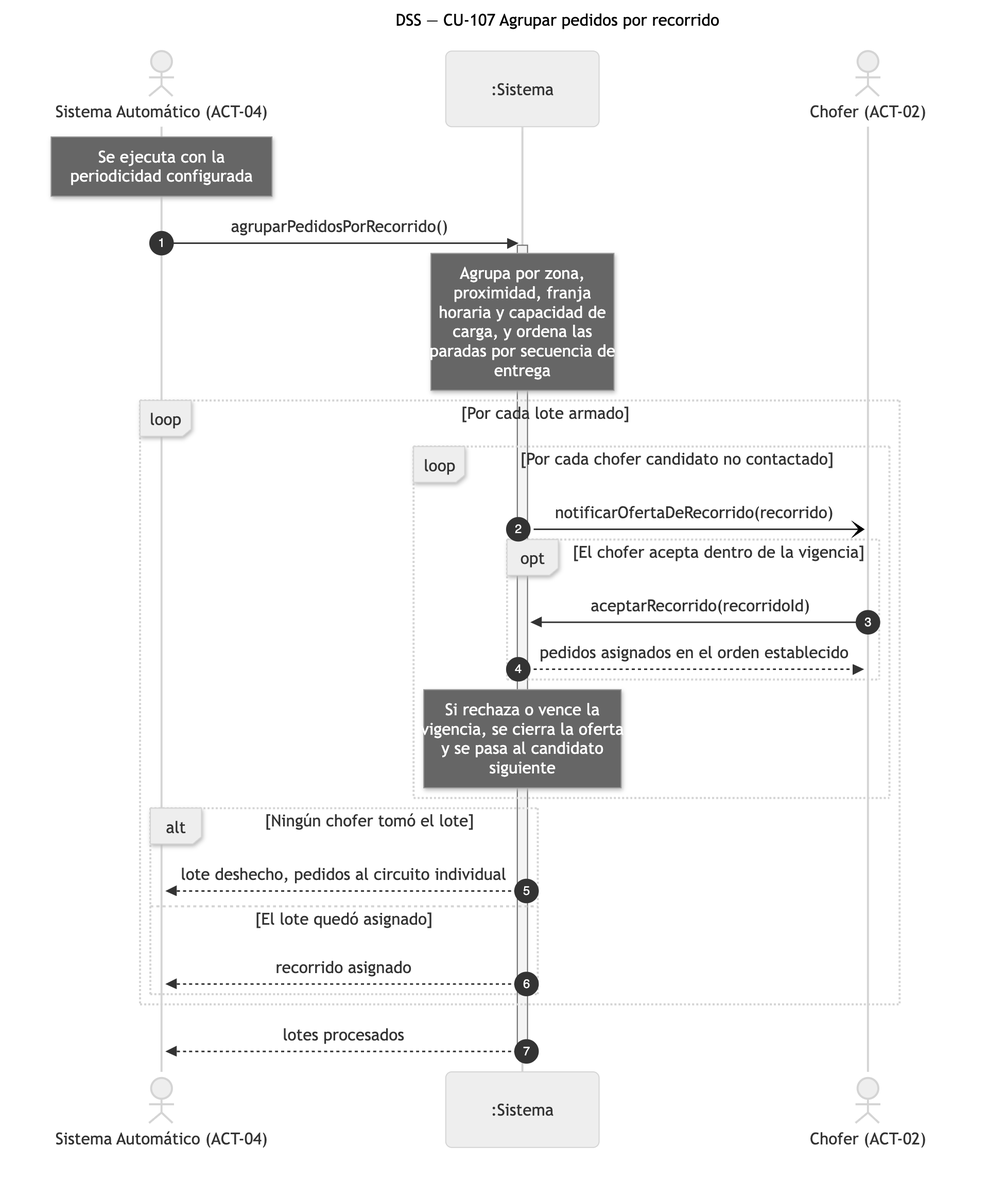
This is diagramas/png/DSS_CU-107_Agrupar-Pedidos-Por-Recorrido.png from Nahuelito-Dev/splg-docs, a Mermaid export, as it was before one commit. Its source is kept beside it as diagramas/DSS_CU-107_Agrupar-Pedidos-Por-Recorrido.mmd.
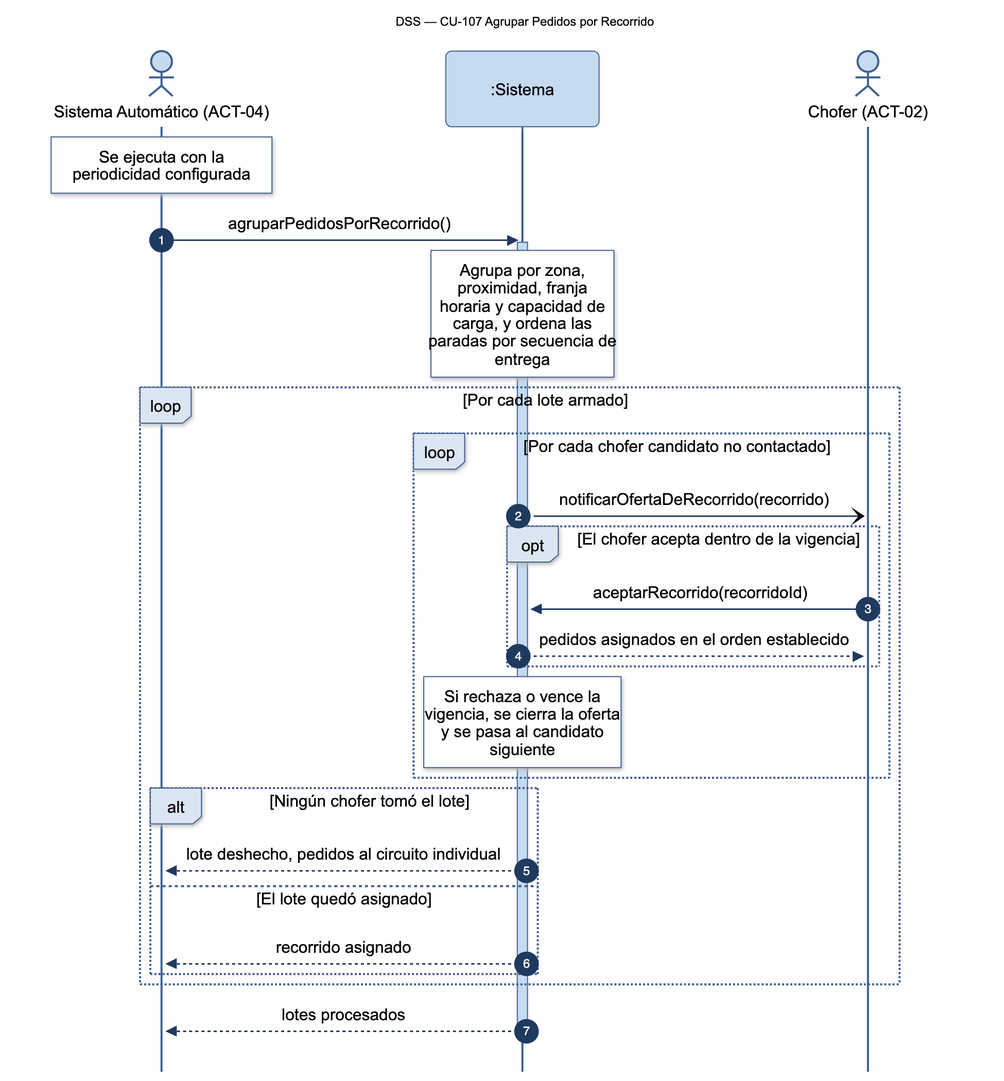
Above is the later version.

Change to the diagram source:
```diff
@@ -1,5 +1,5 @@
 sequenceDiagram
-    title DSS — CU-107 Agrupar pedidos por recorrido
+    title DSS — CU-107 Agrupar Pedidos por Recorrido
     autonumber
     actor SAU as Sistema Automático (ACT-04)
     participant SIS as :Sistema
```
